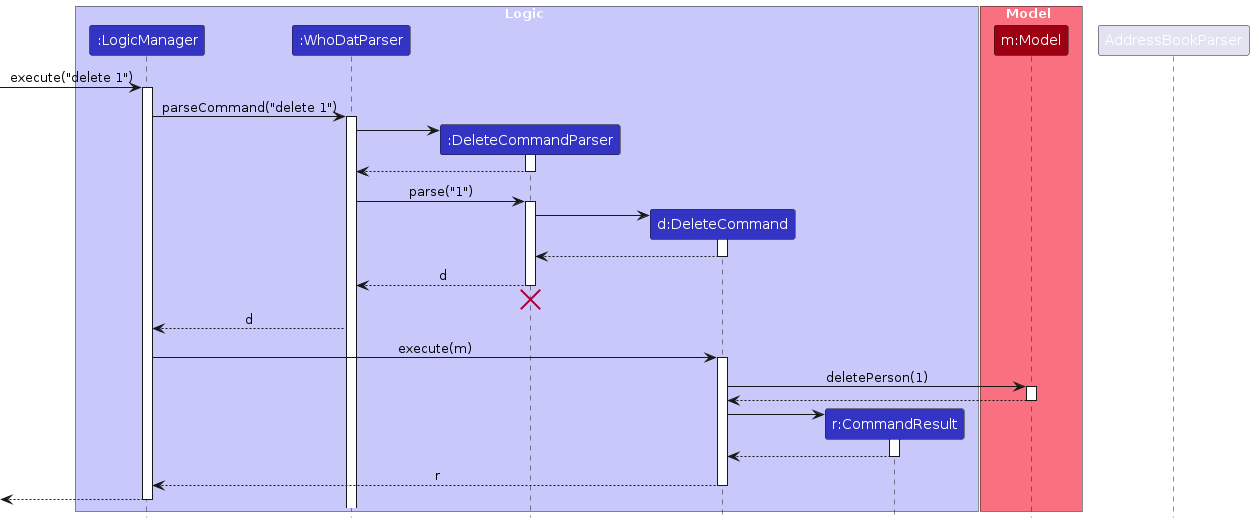
Before: diagrams/DeleteSequenceDiagram.png, a diagram exported from PlantUML (AY2425S2-CS2103T-T14-3/tp). Its source is kept beside it as diagrams/DeleteSequenceDiagram.puml.
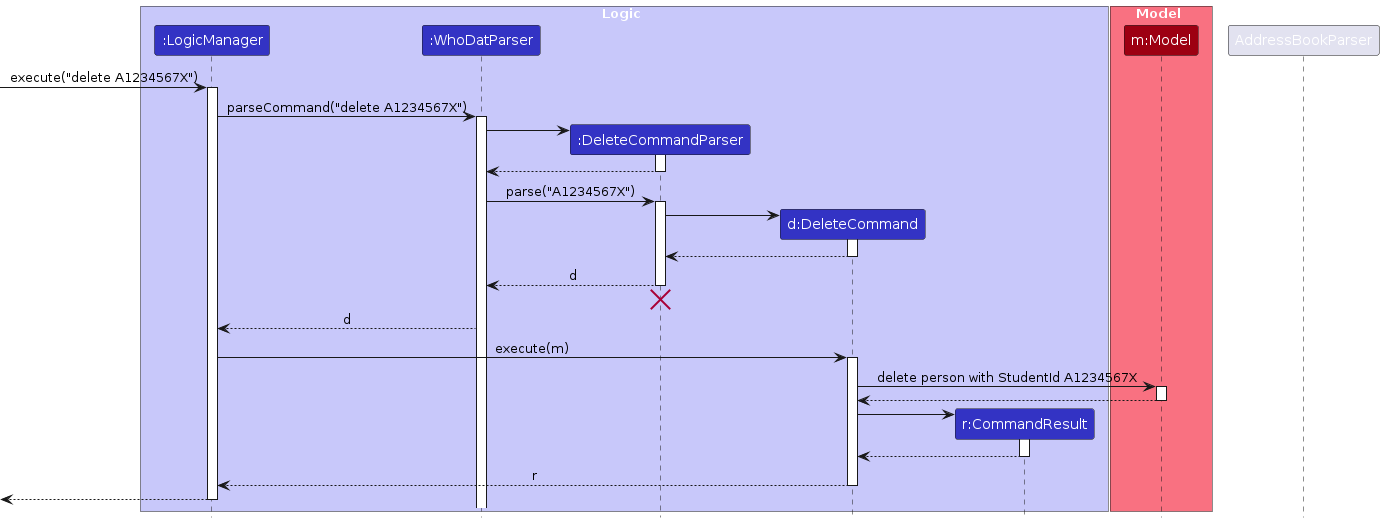
Above is the later version.

Change to the diagram source:
```diff
@@ -14,10 +14,10 @@
 participant "m:Model" as Model MODEL_COLOR
 end box
 
-[-> LogicManager : execute("delete 1")
+[-> LogicManager : execute("delete A1234567X")
 activate LogicManager
 
-LogicManager -> WhoDatParser : parseCommand("delete 1")
+LogicManager -> WhoDatParser : parseCommand("delete A1234567X")
 activate WhoDatParser
 
 create DeleteCommandParser
@@ -27,7 +27,7 @@
 DeleteCommandParser --> WhoDatParser
 deactivate DeleteCommandParser
 
-WhoDatParser -> DeleteCommandParser : parse("1")
+WhoDatParser -> DeleteCommandParser : parse("A1234567X")
 activate DeleteCommandParser
 
 create DeleteCommand
@@ -48,7 +48,7 @@
 LogicManager -> DeleteCommand : execute(m)
 activate DeleteCommand
 
-DeleteCommand -> Model : deletePerson(1)
+DeleteCommand -> Model : delete person with StudentId A1234567X
 activate Model
 
 Model --> DeleteCommand
```
